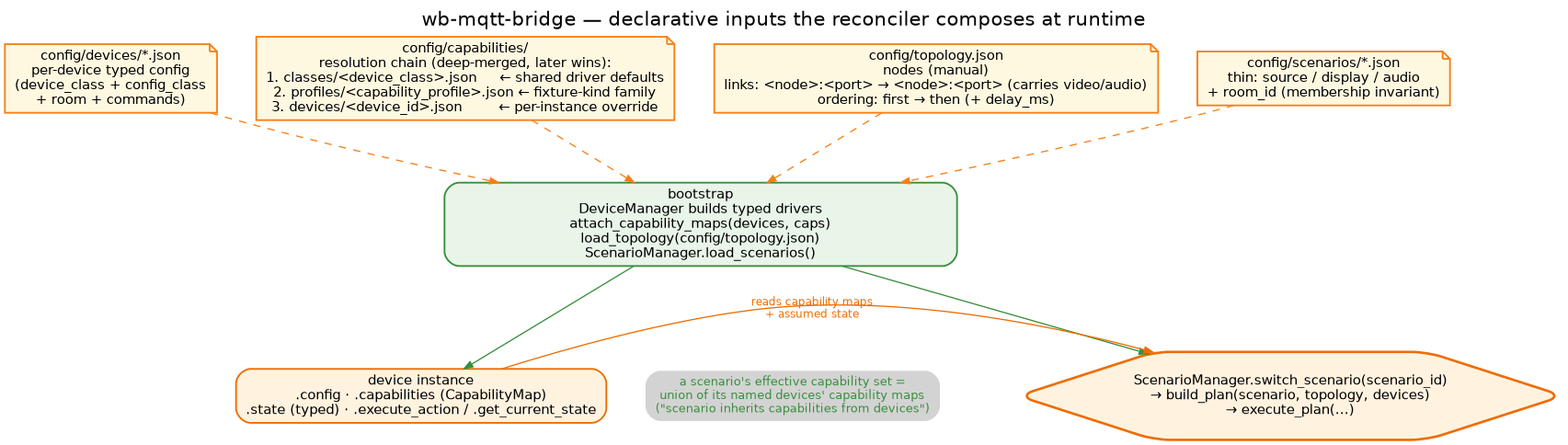
The Graphviz diagram docs/images/declarative-composition.png in droman42/wb-mqtt-bridge, before a commit. Its source is kept beside it as docs/images/declarative-composition.dot.
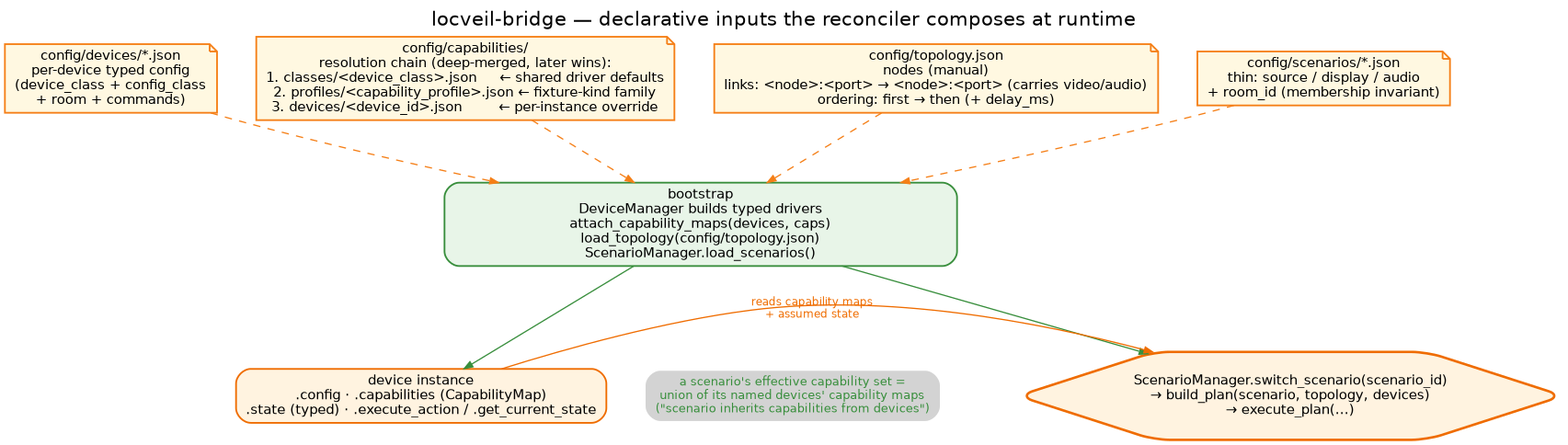
The same diagram one commit later.

The edit, as a diff of the source:
```diff
@@ -4,7 +4,7 @@
   splines=spline;
   nodesep=0.45; ranksep=0.7;
   fontname="Helvetica"; labelloc=t; fontsize=16;
-  label="wb-mqtt-bridge — declarative inputs the reconciler composes at runtime";
+  label="locveil-bridge — declarative inputs the reconciler composes at runtime";
 
   node [fontname="Helvetica", fontsize=11, shape=box, style="filled,rounded", penwidth=1.4];
   edge [fontname="Helvetica", fontsize=9, color="#9e9e9e", arrowsize=0.7];
```
